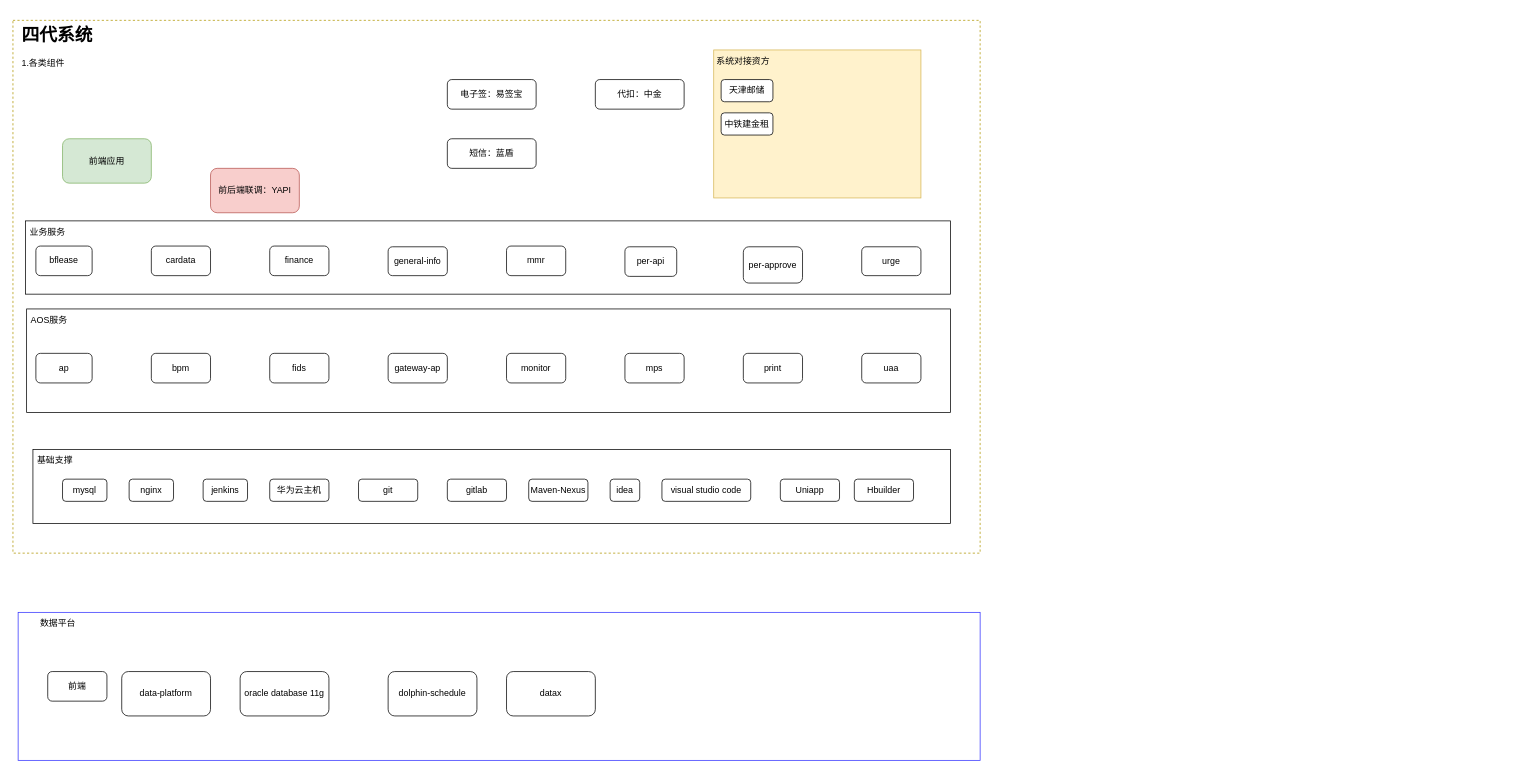
XiongZen/QJReconstitution keeps this draw.io diagram as 现有系统结构.drawio. Above is the earlier version. Source tidied: cells renumbered, new cells numbered last; positions are measured from the earlier drawing's top-left corner, leaving out a move shared by most shapes. Both pictures are drawn from the tidied source at 74%, with x=0, y=0 at pixel (13, 20).
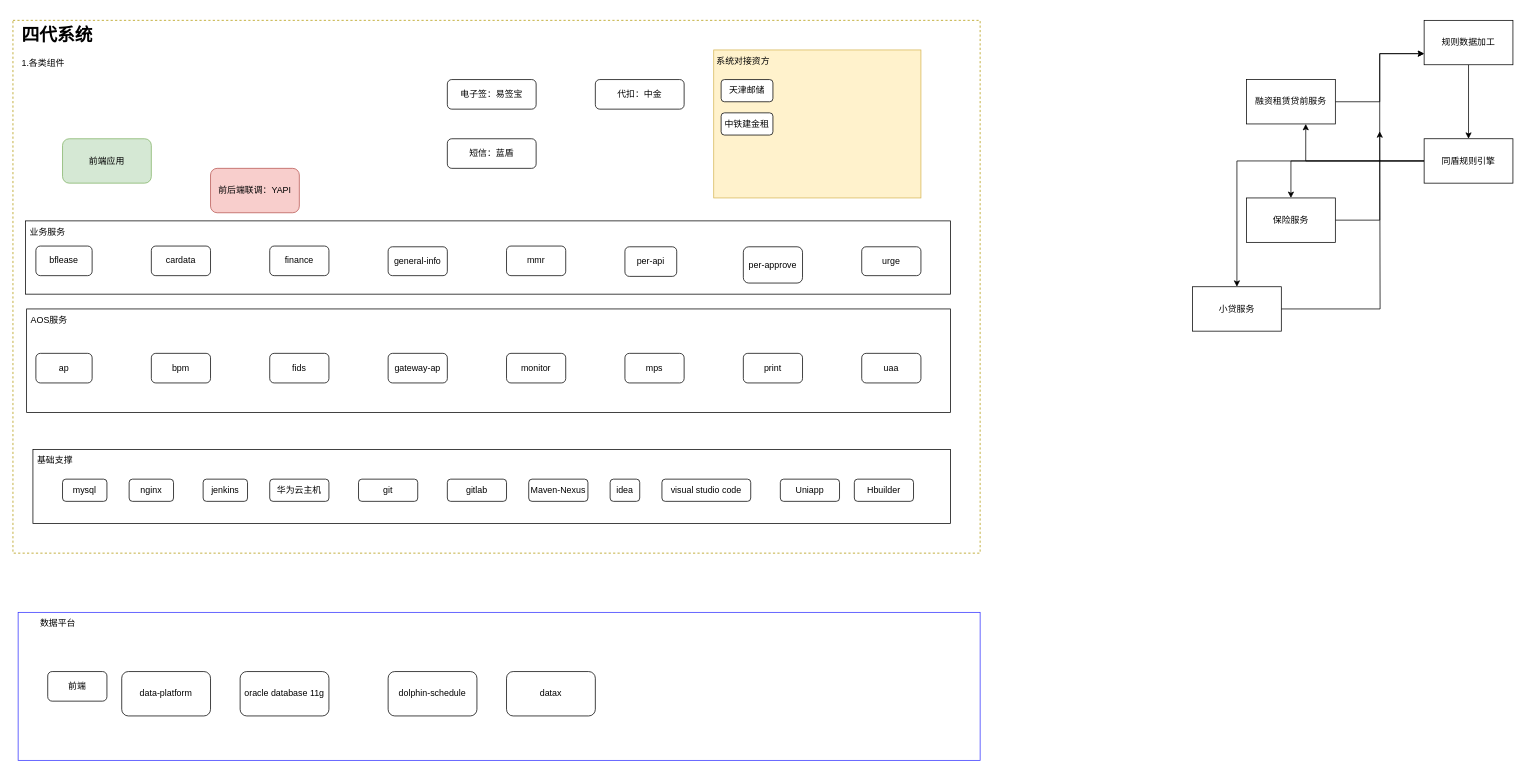
After the change.

Commit message:
规则-服务调用顺序

What changed in the source:
```diff
@@
+    <mxCell id="53" style="edgeStyle=orthogonalEdgeStyle;rounded=0;jettySize=auto;html=1;entryX=0;entryY=0.75;entryDx=0;entryDy=0;" parent="1" edge="1" source="54" target="56">
+      <mxGeometry relative="1" as="geometry" />
+    </mxCell>
+    <mxCell id="54" value="融资租赁贷前服务" style="rounded=0;whiteSpace=wrap;html=1;" parent="1" vertex="1">
+      <mxGeometry x="1667" y="80" width="120" height="60" as="geometry" />
+    </mxCell>
+    <mxCell id="55" style="edgeStyle=orthogonalEdgeStyle;rounded=0;jettySize=auto;html=1;entryX=0.5;entryY=0;entryDx=0;entryDy=0;" parent="1" edge="1" source="56" target="59">
+      <mxGeometry relative="1" as="geometry" />
+    </mxCell>
+    <mxCell id="56" value="规则数据加工" style="rounded=0;whiteSpace=wrap;html=1;" parent="1" vertex="1">
+      <mxGeometry x="1907" width="120" height="60" as="geometry" />
+    </mxCell>
+    <mxCell id="57" style="edgeStyle=orthogonalEdgeStyle;rounded=0;jettySize=auto;html=1;entryX=0.5;entryY=0;entryDx=0;entryDy=0;" parent="1" edge="1" source="59" target="62">
+      <mxGeometry relative="1" as="geometry" />
+    </mxCell>
+    <mxCell id="58" style="edgeStyle=orthogonalEdgeStyle;rounded=0;jettySize=auto;html=1;entryX=0.5;entryY=0;entryDx=0;entryDy=0;" parent="1" edge="1" source="59" target="64">
+      <mxGeometry relative="1" as="geometry" />
+    </mxCell>
+    <mxCell id="59" value="同盾规则引擎" style="rounded=0;whiteSpace=wrap;html=1;" parent="1" vertex="1">
+      <mxGeometry x="1907" y="160" width="120" height="60" as="geometry" />
+    </mxCell>
+    <mxCell id="60" style="edgeStyle=orthogonalEdgeStyle;rounded=0;jettySize=auto;html=1;entryX=0.667;entryY=1;entryDx=0;entryDy=0;entryPerimeter=0;" parent="1" edge="1" source="59" target="54">
+      <mxGeometry relative="1" as="geometry" />
+    </mxCell>
+    <mxCell id="61" style="edgeStyle=orthogonalEdgeStyle;rounded=0;jettySize=auto;html=1;exitX=1;exitY=0.5;exitDx=0;exitDy=0;entryX=0;entryY=0.75;entryDx=0;entryDy=0;" parent="1" edge="1" source="62" target="56">
+      <mxGeometry relative="1" as="geometry" />
+    </mxCell>
+    <mxCell id="62" value="保险服务" style="rounded=0;whiteSpace=wrap;html=1;" parent="1" vertex="1">
+      <mxGeometry x="1667" y="240" width="120" height="60" as="geometry" />
+    </mxCell>
+    <mxCell id="63" style="edgeStyle=orthogonalEdgeStyle;rounded=0;jettySize=auto;html=1;" parent="1" edge="1" source="64">
+      <mxGeometry relative="1" as="geometry">
+        <mxPoint x="1847" y="150" as="targetPoint" />
+      </mxGeometry>
+    </mxCell>
+    <mxCell id="64" value="小贷服务" style="rounded=0;whiteSpace=wrap;html=1;" parent="1" vertex="1">
+      <mxGeometry x="1594" y="360" width="120" height="60" as="geometry" />
+    </mxCell>
```
